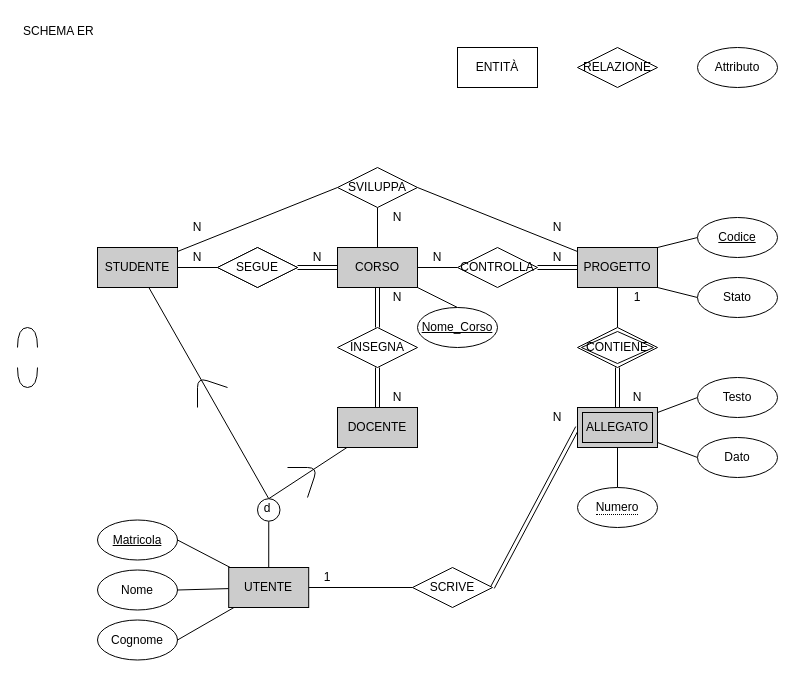
Cippo95/prisa keeps this draw.io diagram as page "SCHEMA_EER" (1 of 5) of prisa_eer.drawio. Above is the earlier version. Source tidied: cells renumbered, new cells numbered last; positions are measured from the earlier drawing's top-left corner, leaving out a move shared by most shapes. Both pictures are drawn from the tidied source at 100%, with x=0, y=0 at pixel (17, 17).
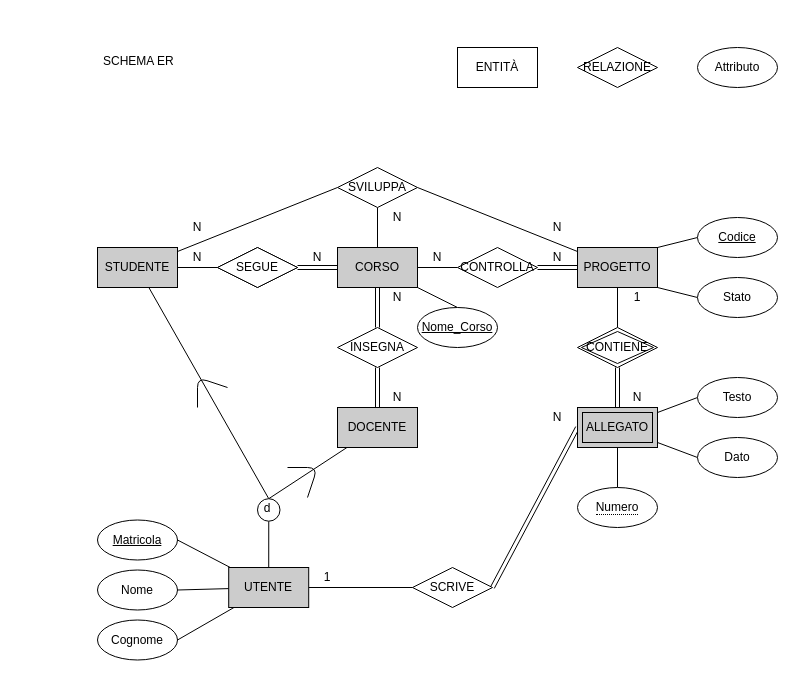
Above is the later version.

The edit, as a diff of the source:
```diff
@@
     <mxCell id="41" value="SCHEMA ER&#10;" style="text;strokeColor=none;fillColor=none;spacingLeft=4;spacingRight=4;overflow=hidden;fontSize=12;" parent="1" vertex="1">
-      <mxGeometry width="90" height="30" as="geometry" />
+      <mxGeometry x="80" y="30" width="90" height="30" as="geometry" />
     </mxCell>
@@
-    <mxCell id="66" style="endArrow=none;html=1;edgeStyle=orthogonalEdgeStyle;curved=1;endSize=6;" parent="1" edge="1">
-      <mxGeometry relative="1" as="geometry">
-        <mxPoint x="20" y="330" as="sourcePoint" />
-        <mxPoint y="330" as="targetPoint" />
-        <Array as="points">
-          <mxPoint x="20" y="310" />
-          <mxPoint y="310" />
-        </Array>
-      </mxGeometry>
-    </mxCell>
-    <mxCell id="67" style="endArrow=none;html=1;edgeStyle=orthogonalEdgeStyle;curved=1;" parent="1" edge="1">
-      <mxGeometry relative="1" as="geometry">
-        <mxPoint y="350" as="sourcePoint" />
-        <mxPoint x="20" y="350" as="targetPoint" />
-        <Array as="points">
-          <mxPoint y="370" />
-          <mxPoint x="20" y="370" />
-        </Array>
-      </mxGeometry>
-    </mxCell>
```
